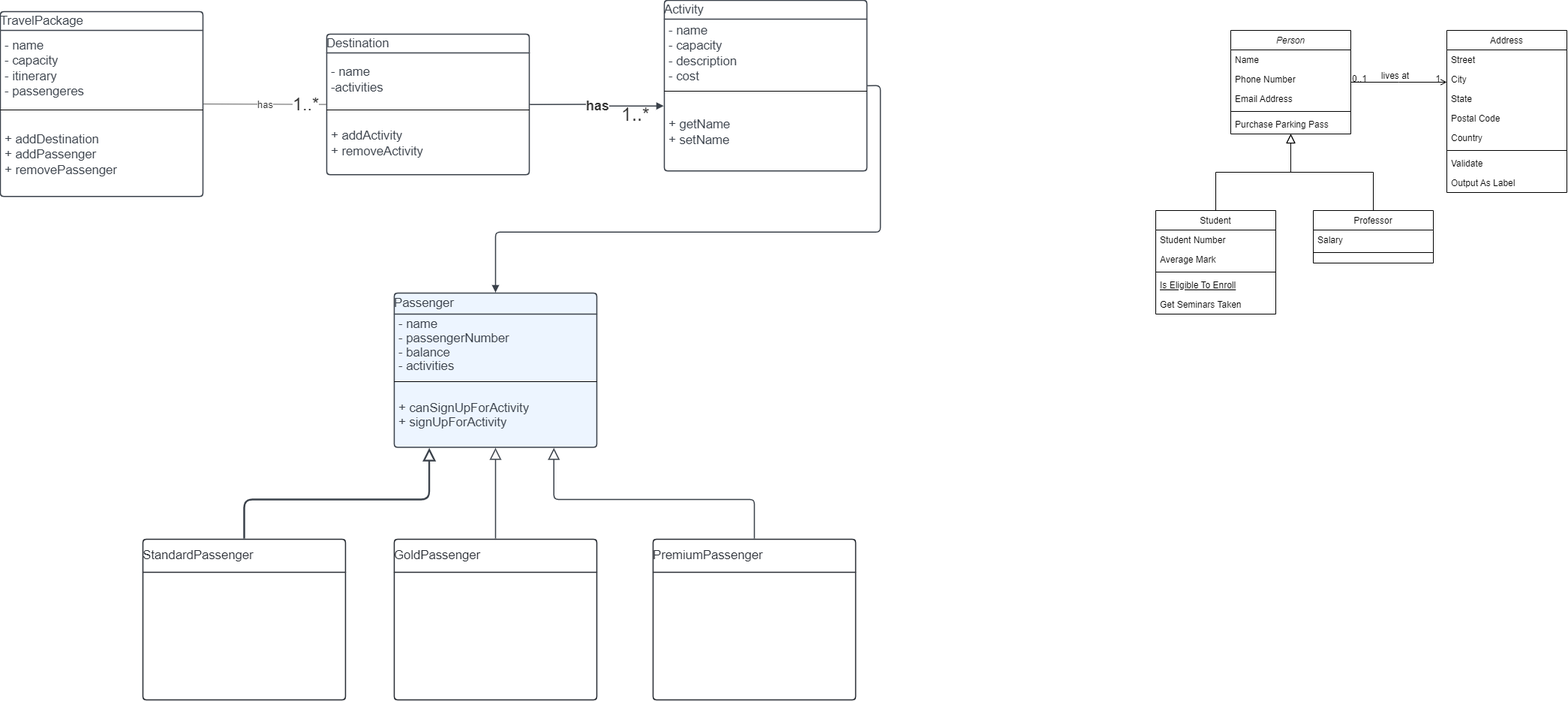
Before: assets/tour_and_travel_LLD.png, a diagram exported from draw.io (tim177/Tour-And-Travel). Source tidied: cells renumbered, new cells last; positions are measured from the earlier drawing's top-left corner, leaving out a move shared by most shapes.
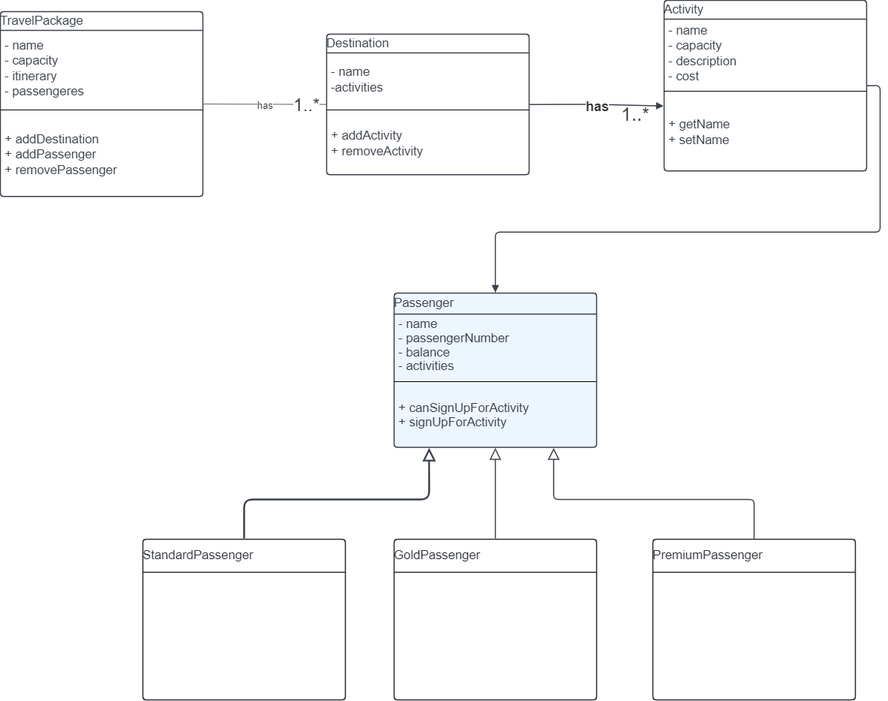
After the commit.

Diff of the diagram source:
```diff
@@ -2,104 +2,6 @@
   <root>
     <mxCell id="0" />
     <mxCell id="1" parent="0" />
-    <mxCell id="2" value="Person" style="swimlane;fontStyle=2;align=center;verticalAlign=top;horizontal=1;startSize=26;rounded=0;shadow=0;strokeWidth=1;" parent="1" vertex="1">
-      <mxGeometry x="1640" y="40" width="160" height="138" as="geometry" />
-    </mxCell>
-    <mxCell id="3" value="Name" style="text;align=left;verticalAlign=top;spacingLeft=4;spacingRight=4;overflow=hidden;" parent="2" vertex="1">
-      <mxGeometry y="26" width="160" height="26" as="geometry" />
-    </mxCell>
-    <mxCell id="4" value="Phone Number" style="text;align=left;verticalAlign=top;spacingLeft=4;spacingRight=4;overflow=hidden;rounded=0;shadow=0;html=0;" parent="2" vertex="1">
-      <mxGeometry y="52" width="160" height="26" as="geometry" />
-    </mxCell>
-    <mxCell id="5" value="Email Address" style="text;align=left;verticalAlign=top;spacingLeft=4;spacingRight=4;overflow=hidden;rounded=0;shadow=0;html=0;" parent="2" vertex="1">
-      <mxGeometry y="78" width="160" height="26" as="geometry" />
-    </mxCell>
-    <mxCell id="6" style="line;html=1;strokeWidth=1;align=left;verticalAlign=middle;spacingTop=-1;spacingLeft=3;spacingRight=3;labelPosition=right;" parent="2" vertex="1">
-      <mxGeometry y="104" width="160" height="8" as="geometry" />
-    </mxCell>
-    <mxCell id="7" value="Purchase Parking Pass" style="text;align=left;verticalAlign=top;spacingLeft=4;spacingRight=4;overflow=hidden;" parent="2" vertex="1">
-      <mxGeometry y="112" width="160" height="26" as="geometry" />
-    </mxCell>
-    <mxCell id="8" value="Student" style="swimlane;fontStyle=0;align=center;verticalAlign=top;horizontal=1;startSize=26;rounded=0;shadow=0;strokeWidth=1;" parent="1" vertex="1">
-      <mxGeometry x="1540" y="280" width="160" height="138" as="geometry" />
-    </mxCell>
-    <mxCell id="9" value="Student Number" style="text;align=left;verticalAlign=top;spacingLeft=4;spacingRight=4;overflow=hidden;" parent="8" vertex="1">
-      <mxGeometry y="26" width="160" height="26" as="geometry" />
-    </mxCell>
-    <mxCell id="10" value="Average Mark" style="text;align=left;verticalAlign=top;spacingLeft=4;spacingRight=4;overflow=hidden;rounded=0;shadow=0;html=0;" parent="8" vertex="1">
-      <mxGeometry y="52" width="160" height="26" as="geometry" />
-    </mxCell>
-    <mxCell id="11" style="line;html=1;strokeWidth=1;align=left;verticalAlign=middle;spacingTop=-1;spacingLeft=3;spacingRight=3;labelPosition=right;" parent="8" vertex="1">
-      <mxGeometry y="78" width="160" height="8" as="geometry" />
-    </mxCell>
-    <mxCell id="12" value="Is Eligible To Enroll" style="text;align=left;verticalAlign=top;spacingLeft=4;spacingRight=4;overflow=hidden;fontStyle=4;" parent="8" vertex="1">
-      <mxGeometry y="86" width="160" height="26" as="geometry" />
-    </mxCell>
-    <mxCell id="13" value="Get Seminars Taken" style="text;align=left;verticalAlign=top;spacingLeft=4;spacingRight=4;overflow=hidden;" parent="8" vertex="1">
-      <mxGeometry y="112" width="160" height="26" as="geometry" />
-    </mxCell>
-    <mxCell id="14" style="endArrow=block;endSize=10;endFill=0;shadow=0;strokeWidth=1;rounded=0;edgeStyle=elbowEdgeStyle;elbow=vertical;" parent="1" edge="1" source="8" target="2">
-      <mxGeometry relative="1" as="geometry" />
-    </mxCell>
-    <mxCell id="15" value="Professor" style="swimlane;fontStyle=0;align=center;verticalAlign=top;horizontal=1;startSize=26;rounded=0;shadow=0;strokeWidth=1;" parent="1" vertex="1">
-      <mxGeometry x="1750" y="280" width="160" height="70" as="geometry" />
-    </mxCell>
-    <mxCell id="16" value="Salary" style="text;align=left;verticalAlign=top;spacingLeft=4;spacingRight=4;overflow=hidden;" parent="15" vertex="1">
-      <mxGeometry y="26" width="160" height="26" as="geometry" />
-    </mxCell>
-    <mxCell id="17" style="line;html=1;strokeWidth=1;align=left;verticalAlign=middle;spacingTop=-1;spacingLeft=3;spacingRight=3;labelPosition=right;" parent="15" vertex="1">
-      <mxGeometry y="52" width="160" height="8" as="geometry" />
-    </mxCell>
-    <mxCell id="18" style="endArrow=block;endSize=10;endFill=0;shadow=0;strokeWidth=1;rounded=0;edgeStyle=elbowEdgeStyle;elbow=vertical;" parent="1" edge="1" source="15" target="2">
-      <mxGeometry relative="1" as="geometry" />
-    </mxCell>
-    <mxCell id="19" value="Address" style="swimlane;fontStyle=0;align=center;verticalAlign=top;horizontal=1;startSize=26;rounded=0;shadow=0;strokeWidth=1;" parent="1" vertex="1">
-      <mxGeometry x="1928" y="40" width="160" height="216" as="geometry" />
-    </mxCell>
-    <mxCell id="20" value="Street" style="text;align=left;verticalAlign=top;spacingLeft=4;spacingRight=4;overflow=hidden;" parent="19" vertex="1">
-      <mxGeometry y="26" width="160" height="26" as="geometry" />
-    </mxCell>
-    <mxCell id="21" value="City" style="text;align=left;verticalAlign=top;spacingLeft=4;spacingRight=4;overflow=hidden;rounded=0;shadow=0;html=0;" parent="19" vertex="1">
-      <mxGeometry y="52" width="160" height="26" as="geometry" />
-    </mxCell>
-    <mxCell id="22" value="State" style="text;align=left;verticalAlign=top;spacingLeft=4;spacingRight=4;overflow=hidden;rounded=0;shadow=0;html=0;" parent="19" vertex="1">
-      <mxGeometry y="78" width="160" height="26" as="geometry" />
-    </mxCell>
-    <mxCell id="23" value="Postal Code" style="text;align=left;verticalAlign=top;spacingLeft=4;spacingRight=4;overflow=hidden;rounded=0;shadow=0;html=0;" parent="19" vertex="1">
-      <mxGeometry y="104" width="160" height="26" as="geometry" />
-    </mxCell>
-    <mxCell id="24" value="Country" style="text;align=left;verticalAlign=top;spacingLeft=4;spacingRight=4;overflow=hidden;rounded=0;shadow=0;html=0;" parent="19" vertex="1">
-      <mxGeometry y="130" width="160" height="26" as="geometry" />
-    </mxCell>
-    <mxCell id="25" style="line;html=1;strokeWidth=1;align=left;verticalAlign=middle;spacingTop=-1;spacingLeft=3;spacingRight=3;labelPosition=right;" parent="19" vertex="1">
-      <mxGeometry y="156" width="160" height="8" as="geometry" />
-    </mxCell>
-    <mxCell id="26" value="Validate" style="text;align=left;verticalAlign=top;spacingLeft=4;spacingRight=4;overflow=hidden;" parent="19" vertex="1">
-      <mxGeometry y="164" width="160" height="26" as="geometry" />
-    </mxCell>
-    <mxCell id="27" value="Output As Label" style="text;align=left;verticalAlign=top;spacingLeft=4;spacingRight=4;overflow=hidden;" parent="19" vertex="1">
-      <mxGeometry y="190" width="160" height="26" as="geometry" />
-    </mxCell>
-    <mxCell id="28" style="endArrow=open;shadow=0;strokeWidth=1;rounded=0;endFill=1;edgeStyle=elbowEdgeStyle;elbow=vertical;" parent="1" edge="1" source="2" target="19">
-      <mxGeometry x="0.5" y="41" relative="1" as="geometry">
-        <mxPoint x="-40" y="32" as="offset" />
-      </mxGeometry>
-    </mxCell>
-    <mxCell id="29" value="0..1" style="align=left;verticalAlign=bottom;labelBackgroundColor=none;fontSize=12;" parent="28" vertex="1">
-      <mxGeometry x="-1" relative="1" as="geometry">
-        <mxPoint y="4" as="offset" />
-      </mxGeometry>
-    </mxCell>
-    <mxCell id="30" value="1" style="align=right;verticalAlign=bottom;labelBackgroundColor=none;fontSize=12;" parent="28" vertex="1">
-      <mxGeometry x="1" relative="1" as="geometry">
-        <mxPoint x="-7" y="4" as="offset" />
-      </mxGeometry>
-    </mxCell>
-    <mxCell id="31" value="lives at" style="text;html=1;align=center;verticalAlign=middle;labelBackgroundColor=none;rounded=0;shadow=0;strokeWidth=1;fontSize=12;" parent="28" vertex="1">
-      <mxGeometry x="0.5" y="49" relative="1" as="geometry">
-        <mxPoint x="-38" y="40" as="offset" />
-      </mxGeometry>
-    </mxCell>
     <mxCell id="32" value="TravelPackage" style="html=1;overflow=block;blockSpacing=1;swimlane;horizontal=1;fontStyle=0;swimlaneFillColor=#ffffff;startSize=25;whiteSpace=wrap;fontSize=16.7;fontColor=#3a414a;align=left;spacing=0;strokeColor=#3a414a;strokeOpacity=100;fillOpacity=100;rounded=1;absoluteArcSize=1;arcSize=9;fillColor=#ffffff;strokeWidth=1.5;" parent="1" vertex="1">
       <mxGeometry y="15" width="270" height="246.2" as="geometry" />
     </mxCell>
```
